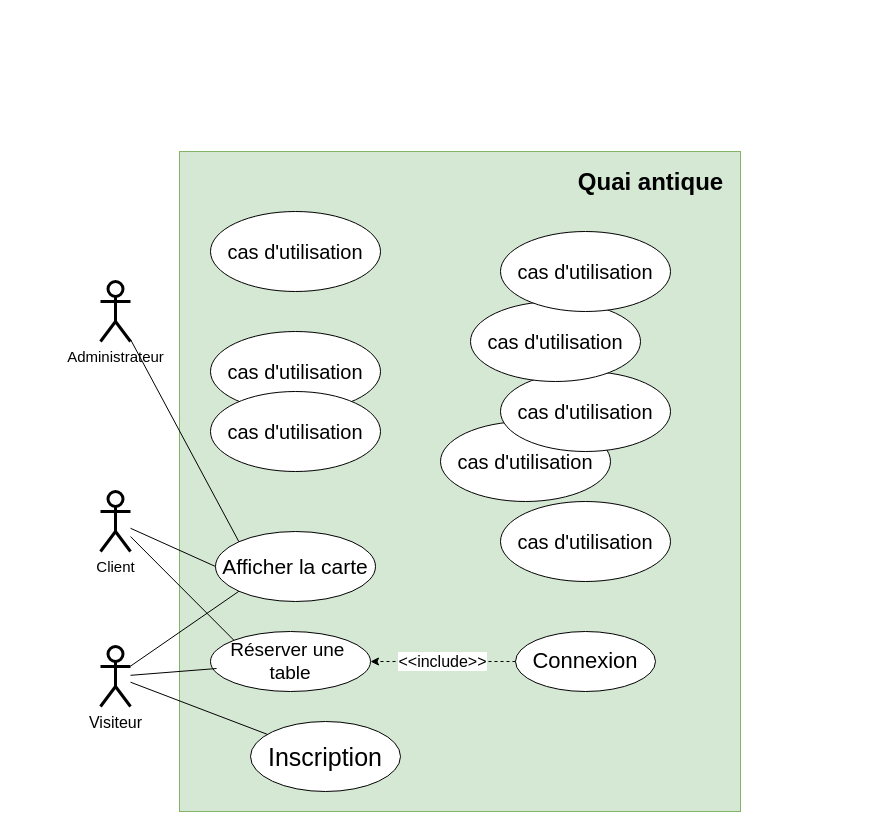
Above: Diagramme sans nom.drawio in amerals/Projet-fil-rouge---D-veloppement-front-end (draw.io), before the change. Source tidied: cells renumbered, new cells numbered last; positions are measured from the earlier drawing's top-left corner, leaving out a move shared by most shapes. Both pictures are drawn from the tidied source at 100%, with x=0, y=0 at pixel (100, 151).
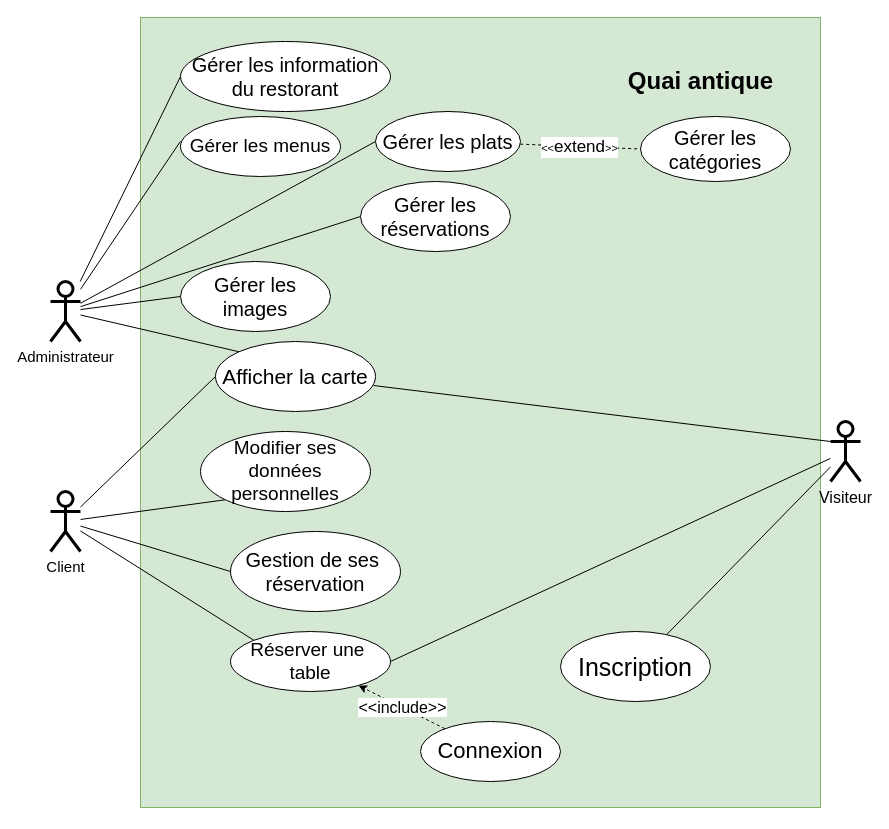
Above is the later version.

Commit message:
Mettre à jour Diagramme sans nom.drawio

Change to the diagram source:
```diff
@@
     <mxCell id="2" value="&lt;br&gt;&lt;div&gt;&lt;br/&gt;&lt;/div&gt;" style="rounded=0;whiteSpace=wrap;html=1;fillColor=#d5e8d4;strokeColor=#82b366;" parent="1" vertex="1">
-      <mxGeometry x="79" width="561" height="660" as="geometry" />
+      <mxGeometry x="40" y="-134" width="680" height="790" as="geometry" />
     </mxCell>
     <mxCell id="3" value="Quai antique" style="text;strokeColor=none;fillColor=none;html=1;fontSize=24;fontStyle=1;verticalAlign=middle;align=center;" parent="1" vertex="1">
-      <mxGeometry x="470" y="11" width="160" height="40" as="geometry" />
+      <mxGeometry x="520" y="-90" width="160" height="40" as="geometry" />
     </mxCell>
     <mxCell id="4" value="&lt;font style=&quot;font-size: 25px;&quot;&gt;Inscription&lt;/font&gt;" style="ellipse;whiteSpace=wrap;html=1;" parent="1" vertex="1">
-      <mxGeometry x="150" y="570" width="150" height="70" as="geometry" />
+      <mxGeometry x="460" y="480" width="150" height="70" as="geometry" />
     </mxCell>
@@
+    <mxCell id="26" style="rounded=0;jettySize=auto;html=1;entryX=0;entryY=0.5;entryDx=0;entryDy=0;endArrow=none;endFill=0;" parent="1" edge="1" source="7" target="14">
+      <mxGeometry relative="1" as="geometry" />
+    </mxCell>
+    <mxCell id="27" style="rounded=0;jettySize=auto;html=1;entryX=0;entryY=1;entryDx=0;entryDy=0;endArrow=none;endFill=0;" parent="1" edge="1" source="7" target="19">
+      <mxGeometry relative="1" as="geometry" />
+    </mxCell>
     <mxCell id="7" value="&lt;font style=&quot;font-size: 15px;&quot;&gt;Client &lt;/font&gt;" style="shape=umlActor;verticalLabelPosition=bottom;verticalAlign=top;html=1;outlineConnect=0;strokeWidth=3;" parent="1" vertex="1">
-      <mxGeometry y="340" width="30" height="60" as="geometry" />
+      <mxGeometry x="-50" y="340" width="30" height="60" as="geometry" />
     </mxCell>
@@
+    <mxCell id="28" style="rounded=0;jettySize=auto;html=1;entryX=0;entryY=0.5;entryDx=0;entryDy=0;endArrow=none;endFill=0;" parent="1" edge="1" source="9" target="13">
+      <mxGeometry relative="1" as="geometry" />
+    </mxCell>
+    <mxCell id="29" style="rounded=0;jettySize=auto;html=1;entryX=0;entryY=0.5;entryDx=0;entryDy=0;endArrow=none;endFill=0;" parent="1" edge="1" source="9" target="24">
+      <mxGeometry relative="1" as="geometry" />
+    </mxCell>
+    <mxCell id="30" style="rounded=0;jettySize=auto;html=1;entryX=0;entryY=0.5;entryDx=0;entryDy=0;endArrow=none;endFill=0;" parent="1" edge="1" source="9" target="34">
+      <mxGeometry relative="1" as="geometry" />
+    </mxCell>
+    <mxCell id="31" style="rounded=0;jettySize=auto;html=1;entryX=0;entryY=0.5;entryDx=0;entryDy=0;endArrow=none;endFill=0;" parent="1" edge="1" source="9" target="22">
+      <mxGeometry relative="1" as="geometry" />
+    </mxCell>
     <mxCell id="9" value="&lt;font style=&quot;font-size: 15px;&quot;&gt;Administrateur&lt;/font&gt;" style="shape=umlActor;verticalLabelPosition=bottom;verticalAlign=top;html=1;outlineConnect=0;strokeWidth=3;" parent="1" vertex="1">
-      <mxGeometry y="130" width="30" height="60" as="geometry" />
+      <mxGeometry x="-50" y="130" width="30" height="60" as="geometry" />
     </mxCell>
@@
-    <mxCell id="11" style="rounded=0;jettySize=auto;html=1;entryX=0;entryY=1;entryDx=0;entryDy=0;endArrow=none;endFill=0;" parent="1" edge="1" source="12" target="15">
+    <mxCell id="11" style="rounded=0;jettySize=auto;html=1;entryX=0.988;entryY=0.629;entryDx=0;entryDy=0;endArrow=none;endFill=0;exitX=0;exitY=0.3333333333333333;exitDx=0;exitDy=0;exitPerimeter=0;entryPerimeter=0;" parent="1" edge="1" source="12" target="15">
       <mxGeometry relative="1" as="geometry" />
     </mxCell>
     <mxCell id="12" value="&lt;font style=&quot;font-size: 16px;&quot;&gt;Visiteur&lt;/font&gt;" style="shape=umlActor;verticalLabelPosition=bottom;verticalAlign=top;html=1;outlineConnect=0;strokeWidth=3;" parent="1" vertex="1">
-      <mxGeometry y="495" width="30" height="60" as="geometry" />
+      <mxGeometry x="730" y="270" width="30" height="60" as="geometry" />
     </mxCell>
-    <mxCell id="13" value="&lt;font style=&quot;font-size: 20px;&quot;&gt;cas d'utilisation&lt;/font&gt;" style="ellipse;whiteSpace=wrap;html=1;" parent="1" vertex="1">
-      <mxGeometry x="110" y="60" width="170" height="80" as="geometry" />
+    <mxCell id="13" value="&lt;font style=&quot;font-size: 20px;&quot;&gt;Gérer les images&lt;/font&gt;" style="ellipse;whiteSpace=wrap;html=1;" parent="1" vertex="1">
+      <mxGeometry x="80" y="110" width="150" height="70" as="geometry" />
     </mxCell>
-    <mxCell id="14" value="&lt;font style=&quot;font-size: 20px;&quot;&gt;cas d'utilisation&lt;/font&gt;" style="ellipse;whiteSpace=wrap;html=1;" parent="1" vertex="1">
-      <mxGeometry x="110" y="180" width="170" height="80" as="geometry" />
+    <mxCell id="14" value="&lt;div style=&quot;font-size: 20px;&quot;&gt;&lt;font style=&quot;font-size: 20px;&quot;&gt;Gestion de ses&amp;nbsp;&lt;/font&gt;&lt;/div&gt;&lt;div style=&quot;font-size: 20px;&quot;&gt;&lt;font style=&quot;font-size: 20px;&quot;&gt;réservation&lt;/font&gt;&lt;/div&gt;" style="ellipse;whiteSpace=wrap;html=1;" parent="1" vertex="1">
+      <mxGeometry x="130" y="380" width="170" height="80" as="geometry" />
     </mxCell>
     <mxCell id="15" value="&lt;font style=&quot;font-size: 21px;&quot;&gt;Afficher la carte&lt;font style=&quot;font-size: 21px;&quot;&gt;&lt;br&gt;&lt;/font&gt;&lt;/font&gt;" style="ellipse;whiteSpace=wrap;html=1;" parent="1" vertex="1">
-      <mxGeometry x="115" y="380" width="160" height="70" as="geometry" />
+      <mxGeometry x="115" y="190" width="160" height="70" as="geometry" />
     </mxCell>
@@
     <mxCell id="17" value="&lt;font style=&quot;font-size: 22px;&quot;&gt;Connexion&lt;/font&gt;" style="ellipse;whiteSpace=wrap;html=1;" parent="1" vertex="1">
-      <mxGeometry x="415" y="480" width="140" height="60" as="geometry" />
+      <mxGeometry x="320" y="570" width="140" height="60" as="geometry" />
     </mxCell>
     <mxCell id="18" value="&lt;div&gt;&lt;font style=&quot;font-size: 19px;&quot;&gt;Réserver une&amp;nbsp;&lt;/font&gt;&lt;/div&gt;&lt;div&gt;&lt;font style=&quot;font-size: 19px;&quot;&gt;table&lt;/font&gt;&lt;/div&gt;" style="ellipse;whiteSpace=wrap;html=1;" parent="1" vertex="1">
-      <mxGeometry x="110" y="480" width="160" height="60" as="geometry" />
+      <mxGeometry x="130" y="480" width="160" height="60" as="geometry" />
     </mxCell>
-    <mxCell id="19" value="&lt;font style=&quot;font-size: 20px;&quot;&gt;cas d'utilisation&lt;/font&gt;" style="ellipse;whiteSpace=wrap;html=1;" parent="1" vertex="1">
-      <mxGeometry x="400" y="350" width="170" height="80" as="geometry" />
+    <mxCell id="19" value="&lt;font style=&quot;font-size: 19px;&quot;&gt;Modifier ses données personnelles&lt;/font&gt;" style="ellipse;whiteSpace=wrap;html=1;" parent="1" vertex="1">
+      <mxGeometry x="100" y="280" width="170" height="80" as="geometry" />
     </mxCell>
-    <mxCell id="20" value="&lt;font style=&quot;font-size: 20px;&quot;&gt;cas d'utilisation&lt;/font&gt;" style="ellipse;whiteSpace=wrap;html=1;" parent="1" vertex="1">
-      <mxGeometry x="110" y="240" width="170" height="80" as="geometry" />
-    </mxCell>
-    <mxCell id="21" value="&lt;font style=&quot;font-size: 20px;&quot;&gt;cas d'utilisation&lt;/font&gt;" style="ellipse;whiteSpace=wrap;html=1;" parent="1" vertex="1">
-      <mxGeometry x="340" y="270" width="170" height="80" as="geometry" />
+    <mxCell id="21" value="&lt;font style=&quot;font-size: 20px;&quot;&gt;Gérer les catégories&lt;br&gt;&lt;/font&gt;" style="ellipse;whiteSpace=wrap;html=1;" parent="1" vertex="1">
+      <mxGeometry x="540" y="-35" width="150" height="65" as="geometry" />
     </mxCell>
-    <mxCell id="22" value="&lt;font style=&quot;font-size: 20px;&quot;&gt;cas d'utilisation&lt;/font&gt;" style="ellipse;whiteSpace=wrap;html=1;" parent="1" vertex="1">
-      <mxGeometry x="400" y="220" width="170" height="80" as="geometry" />
+    <mxCell id="22" value="&lt;font style=&quot;font-size: 20px;&quot;&gt;Gérer les information du restorant&lt;br&gt;&lt;/font&gt;" style="ellipse;whiteSpace=wrap;html=1;" parent="1" vertex="1">
+      <mxGeometry x="80" y="-110" width="210" height="70" as="geometry" />
     </mxCell>
-    <mxCell id="23" value="&lt;font style=&quot;font-size: 20px;&quot;&gt;cas d'utilisation&lt;/font&gt;" style="ellipse;whiteSpace=wrap;html=1;" parent="1" vertex="1">
-      <mxGeometry x="370" y="150" width="170" height="80" as="geometry" />
+    <mxCell id="23" value="&lt;font style=&quot;font-size: 19px;&quot;&gt;Gérer les menus&lt;/font&gt;" style="ellipse;whiteSpace=wrap;html=1;" parent="1" vertex="1">
+      <mxGeometry x="80" y="-35" width="160" height="60" as="geometry" />
     </mxCell>
+    <mxCell id="32" style="rounded=0;jettySize=auto;html=1;entryX=0;entryY=0.5;entryDx=0;entryDy=0;dashed=1;endArrow=none;endFill=0;" parent="1" edge="1" source="24" target="21">
+      <mxGeometry relative="1" as="geometry" />
+    </mxCell>
+    <mxCell id="33" value="&amp;lt;&amp;lt;&lt;font style=&quot;font-size: 17px;&quot;&gt;extend&lt;/font&gt;&amp;gt;&amp;gt;" style="edgeLabel;html=1;align=center;verticalAlign=middle;" parent="32" vertex="1">
+      <mxGeometry x="-0.02" relative="1" as="geometry" />
+    </mxCell>
-    <mxCell id="24" value="&lt;font style=&quot;font-size: 20px;&quot;&gt;cas d'utilisation&lt;/font&gt;" style="ellipse;whiteSpace=wrap;html=1;" parent="1" vertex="1">
-      <mxGeometry x="400" y="80" width="170" height="80" as="geometry" />
+    <mxCell id="24" value="&lt;font style=&quot;font-size: 20px;&quot;&gt;Gérer les plats&lt;/font&gt;" style="ellipse;whiteSpace=wrap;html=1;" parent="1" vertex="1">
+      <mxGeometry x="275" y="-40" width="145" height="60" as="geometry" />
     </mxCell>
-    <mxCell id="25" style="rounded=0;jettySize=auto;html=1;entryX=0.038;entryY=0.617;entryDx=0;entryDy=0;entryPerimeter=0;endArrow=none;endFill=0;" parent="1" edge="1" source="12" target="18">
+    <mxCell id="25" style="rounded=0;jettySize=auto;html=1;entryX=1;entryY=0.5;entryDx=0;entryDy=0;endArrow=none;endFill=0;" parent="1" edge="1" source="12" target="18">
       <mxGeometry relative="1" as="geometry" />
     </mxCell>
+    <mxCell id="34" value="&lt;font style=&quot;font-size: 20px;&quot;&gt;Gérer les réservations&lt;br&gt;&lt;/font&gt;" style="ellipse;whiteSpace=wrap;html=1;" parent="1" vertex="1">
+      <mxGeometry x="260" y="30" width="150" height="70" as="geometry" />
+    </mxCell>
+    <mxCell id="35" style="rounded=0;jettySize=auto;html=1;entryX=0;entryY=0.413;entryDx=0;entryDy=0;entryPerimeter=0;endArrow=none;endFill=0;" parent="1" edge="1" source="9" target="23">
+      <mxGeometry relative="1" as="geometry" />
+    </mxCell>
```
